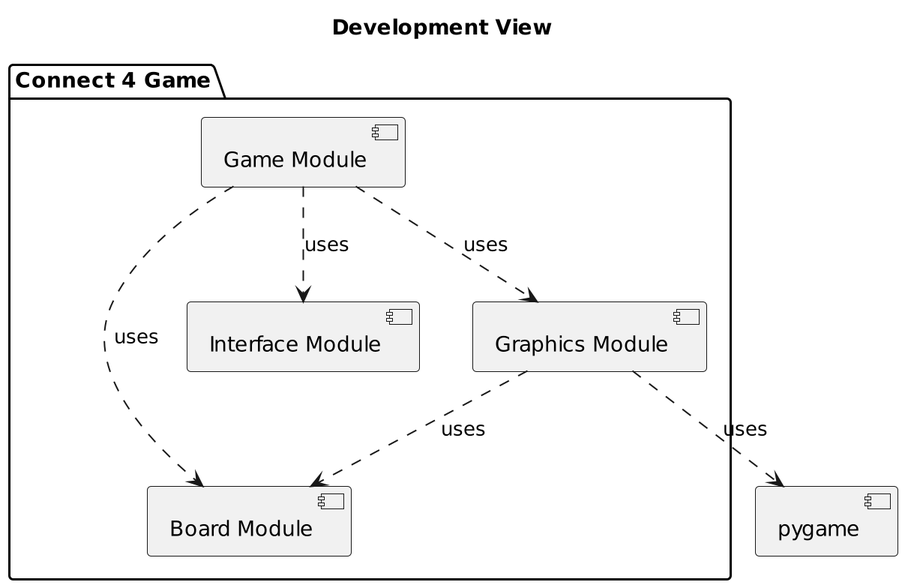
austin-s970/OOP-Connect4 keeps this PlantUML diagram as design-analysis/Development_View.png. Above is the earlier version.
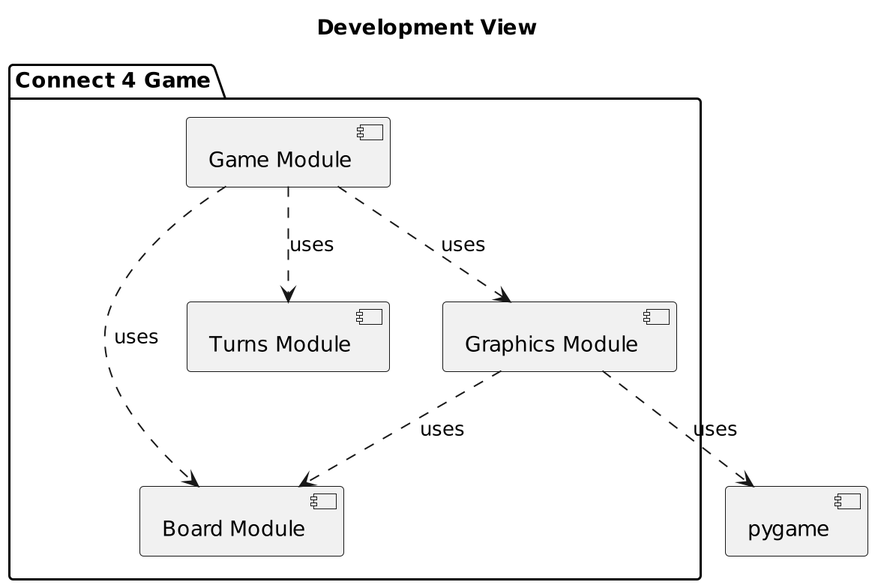
The same file after the commit.

What changed in the source:
```diff
@@ -5,12 +5,12 @@
 package "Connect 4 Game" {
   [Game Module]
   [Board Module]
-  [Interface Module]
+  [Turns Module]
   [Graphics Module]
 }
 
 [Game Module] ..> [Board Module] : uses
-[Game Module] ..> [Interface Module] : uses
+[Game Module] ..> [Turns Module] : uses
 [Game Module] ..> [Graphics Module] : uses
 
 [Graphics Module] ..> [Board Module] : uses
```
